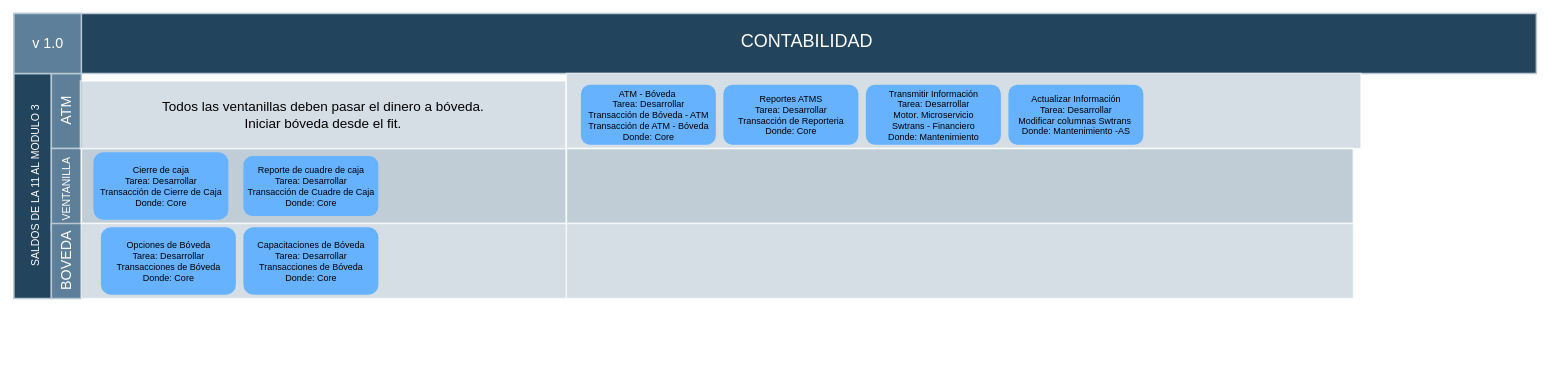
The draw.io diagram page "Página-2" (2 of 4) of Flujo Contable.drawio in eddisonlazo/diagramas, before the edit. Source tidied: cells renumbered, new cells numbered last; positions are measured from the earlier drawing's top-left corner, leaving out a move shared by most shapes. Both pictures are drawn from the tidied source at 75%, with x=0, y=0 at pixel (14, 13).
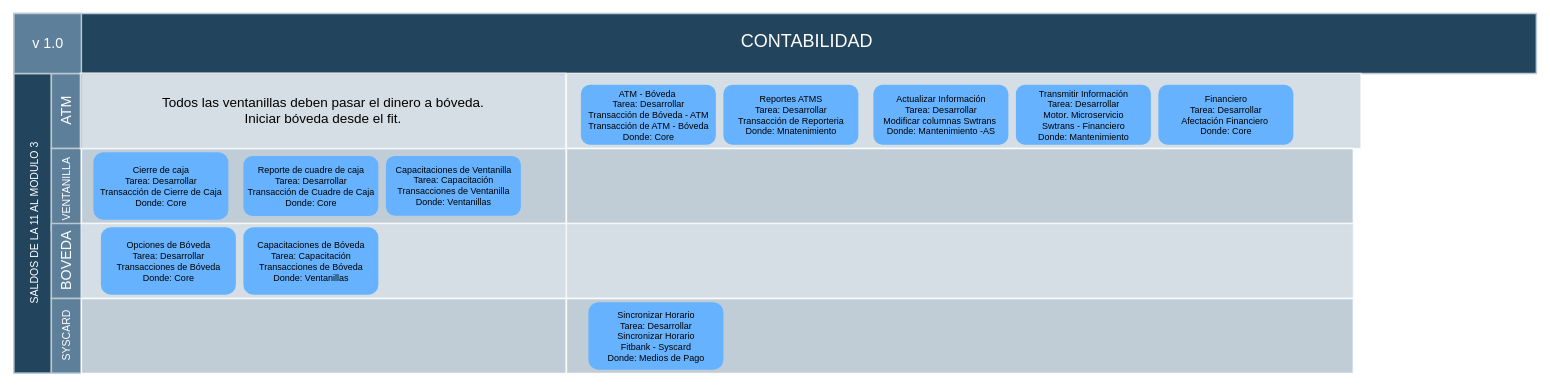
The same page after the edit.

Change to the diagram source:
```diff
@@
     <mxCell id="3" value="&lt;font style=&quot;font-size: 14px&quot;&gt;SALDOS DE LA 11 AL MODULO 3&lt;/font&gt;" style="strokeColor=#BAC8D3;fillColor=#23445D;fontSize=24;strokeWidth=2;horizontal=0;fontFamily=Helvetica;html=1;fontColor=#FFFFFF;fontStyle=0;" parent="1" vertex="1">
-      <mxGeometry y="80.5" width="50" height="300" as="geometry" />
+      <mxGeometry y="80.5" width="50" height="399.5" as="geometry" />
     </mxCell>
@@
     <mxCell id="15" value="Todos las ventanillas deben pasar el dinero a bóveda.&lt;br&gt;Iniciar bóveda desde el fit." style="strokeColor=#FFFFFF;fillColor=#BAC8D3;fontSize=18;strokeWidth=2;fontFamily=Helvetica;html=1;opacity=60;" parent="1" vertex="1">
-      <mxGeometry x="88.7" y="90.5" width="647" height="90" as="geometry" />
+      <mxGeometry x="88.7" y="80" width="647" height="100.5" as="geometry" />
     </mxCell>
@@
-    <mxCell id="18" value="Reportes ATMS&lt;br style=&quot;border-color: var(--border-color);&quot;&gt;Tarea: Desarrollar&lt;br style=&quot;border-color: var(--border-color);&quot;&gt;Transacción de Reporteria&lt;br style=&quot;border-color: var(--border-color);&quot;&gt;Donde: Core" style="rounded=1;fillColor=#66B2FF;strokeColor=none;strokeWidth=2;fontFamily=Helvetica;html=1;gradientColor=none;" parent="1" vertex="1">
+    <mxCell id="18" value="Reportes ATMS&lt;br style=&quot;border-color: var(--border-color);&quot;&gt;Tarea: Desarrollar&lt;br style=&quot;border-color: var(--border-color);&quot;&gt;Transacción de Reporteria&lt;br style=&quot;border-color: var(--border-color);&quot;&gt;Donde: Mnatenimiento" style="rounded=1;fillColor=#66B2FF;strokeColor=none;strokeWidth=2;fontFamily=Helvetica;html=1;gradientColor=none;" parent="1" vertex="1">
       <mxGeometry x="946" y="95.5" width="180" height="80" as="geometry" />
     </mxCell>
     <mxCell id="19" value="Transmitir Información&lt;br style=&quot;border-color: var(--border-color);&quot;&gt;Tarea: Desarrollar&lt;br style=&quot;border-color: var(--border-color);&quot;&gt;Motor. Microservicio &lt;br&gt;Swtrans - Financiero&lt;br style=&quot;border-color: var(--border-color);&quot;&gt;Donde: Mantenimiento" style="rounded=1;fillColor=#66B2FF;strokeColor=none;strokeWidth=2;fontFamily=Helvetica;html=1;gradientColor=none;" parent="1" vertex="1">
-      <mxGeometry x="1136" y="95.5" width="180" height="80" as="geometry" />
+      <mxGeometry x="1336" y="95.5" width="180" height="80" as="geometry" />
     </mxCell>
     <mxCell id="20" value="Actualizar Información&lt;br style=&quot;border-color: var(--border-color);&quot;&gt;Tarea: Desarrollar&lt;br style=&quot;border-color: var(--border-color);&quot;&gt;Modificar columnas Swtrans&amp;nbsp;&lt;br style=&quot;border-color: var(--border-color);&quot;&gt;Donde: Mantenimiento -AS" style="rounded=1;fillColor=#66B2FF;strokeColor=none;strokeWidth=2;fontFamily=Helvetica;html=1;gradientColor=none;" parent="1" vertex="1">
-      <mxGeometry x="1326" y="95.5" width="180" height="80" as="geometry" />
+      <mxGeometry x="1146" y="95.5" width="180" height="80" as="geometry" />
     </mxCell>
-    <mxCell id="21" value="Capacitaciones de Bóveda&lt;br&gt;Tarea: Desarrollar &lt;br&gt;Transacciones de Bóveda&lt;br&gt;Donde: Core" style="rounded=1;fillColor=#66B2FF;strokeColor=none;strokeWidth=2;fontFamily=Helvetica;html=1;gradientColor=none;" parent="1" vertex="1">
+    <mxCell id="21" value="Capacitaciones de Bóveda&lt;br&gt;Tarea: Capacitación&lt;br&gt;Transacciones de Bóveda&lt;br&gt;Donde: Ventanillas" style="rounded=1;fillColor=#66B2FF;strokeColor=none;strokeWidth=2;fontFamily=Helvetica;html=1;gradientColor=none;" parent="1" vertex="1">
       <mxGeometry x="306" y="285.5" width="180" height="90" as="geometry" />
     </mxCell>
+    <mxCell id="22" value="Capacitaciones de Ventanilla&lt;br&gt;Tarea: Capacitación&lt;br&gt;Transacciones de Ventanilla&lt;br&gt;Donde: Ventanillas" style="rounded=1;fillColor=#66B2FF;strokeColor=none;strokeWidth=2;fontFamily=Helvetica;html=1;gradientColor=none;" parent="1" vertex="1">
+      <mxGeometry x="496" y="190.5" width="180" height="79.5" as="geometry" />
+    </mxCell>
+    <mxCell id="23" value="Financiero&lt;br style=&quot;border-color: var(--border-color);&quot;&gt;Tarea: Desarrollar&lt;br style=&quot;border-color: var(--border-color);&quot;&gt;Afectación Financiero&amp;nbsp;&lt;br style=&quot;border-color: var(--border-color);&quot;&gt;Donde: Core" style="rounded=1;fillColor=#66B2FF;strokeColor=none;strokeWidth=2;fontFamily=Helvetica;html=1;gradientColor=none;" parent="1" vertex="1">
+      <mxGeometry x="1526" y="95.5" width="180" height="80" as="geometry" />
+    </mxCell>
+    <mxCell id="24" value="&lt;font style=&quot;font-size: 14px&quot;&gt;SYSCARD&lt;/font&gt;" style="strokeColor=#BAC8D3;fillColor=#5d7f99;fontSize=19;strokeWidth=2;horizontal=0;fontFamily=Helvetica;html=1;labelBackgroundColor=none;fontColor=#FFFFFF;" parent="1" vertex="1">
+      <mxGeometry x="50" y="380.5" width="40" height="99.5" as="geometry" />
+    </mxCell>
+    <mxCell id="25" style="strokeColor=#FFFFFF;fillColor=#BAC8D3;fontSize=18;strokeWidth=2;fontFamily=Helvetica;html=1;opacity=90;" parent="1" vertex="1">
+      <mxGeometry x="90" y="380.5" width="646.7" height="100" as="geometry" />
+    </mxCell>
+    <mxCell id="26" style="strokeColor=#FFFFFF;fillColor=#BAC8D3;fontSize=18;strokeWidth=2;fontFamily=Helvetica;html=1;opacity=90;" parent="1" vertex="1">
+      <mxGeometry x="736.7" y="380.5" width="1049.3" height="100" as="geometry" />
+    </mxCell>
+    <mxCell id="27" value="Sincronizar Horario&lt;br&gt;Tarea: Desarrollar&lt;br&gt;Sincronizar Horario &lt;br&gt;Fitbank - Syscard&lt;br&gt;Donde: Medios de Pago" style="rounded=1;fillColor=#66B2FF;strokeColor=none;strokeWidth=2;fontFamily=Helvetica;html=1;gradientColor=none;" parent="1" vertex="1">
+      <mxGeometry x="766" y="385.5" width="180" height="90" as="geometry" />
+    </mxCell>
```
